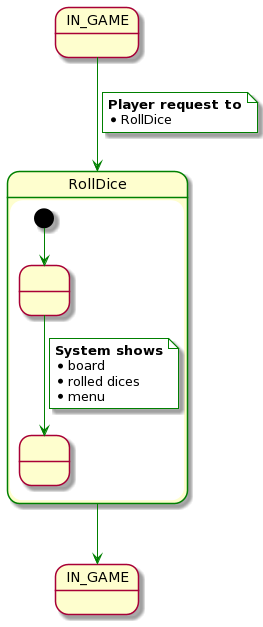
The PlantUML diagram rup/usecase/roll_dice.png in USantaTecla-game-backgammon/backgammon, before a commit. Its diagram source:
```plantuml
@startuml
state IN_GAME
state IN_GAME2 as "IN_GAME"

state RollDice ##green {
    state " " as 1
    state " " as 2

    [*] -[#green]-> 1
    1 -[#green]-> 2
    note on link #white
        <b>System shows</b>
        * board
        * rolled dices
        * menu
    end note

}

IN_GAME -[#green]-> RollDice
note on link #white
    <b>Player request to</b>
    * RollDice
end note

RollDice -[#green]-> IN_GAME2
@enduml
```
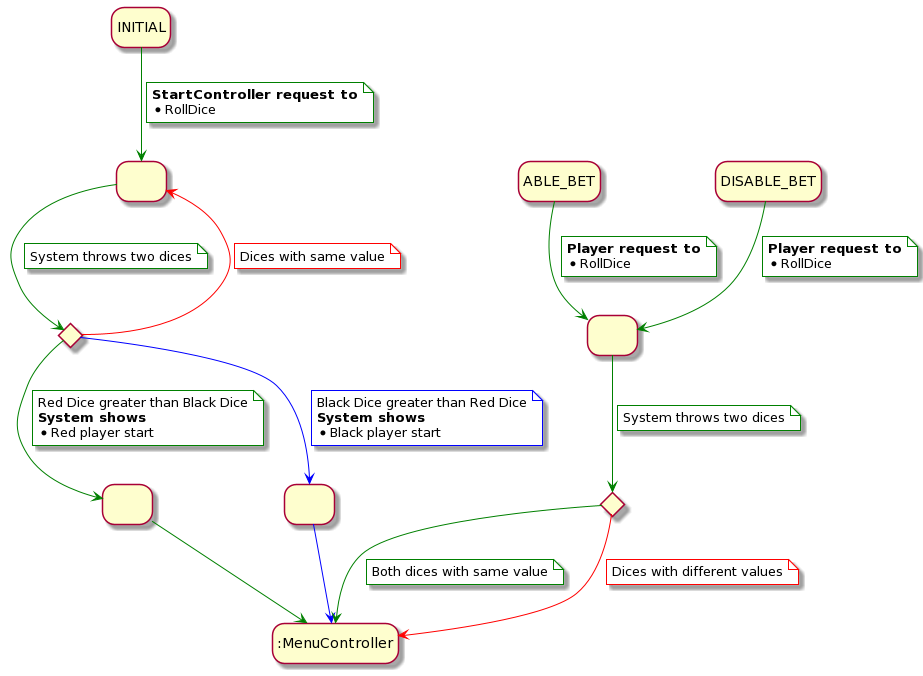
The same file after the commit.

Commit message:
Clase 22/11 Analysis Menu, Start & UseCases Start, RollDice

Change to the diagram source:
```diff
@@ -1,27 +1,72 @@
 @startuml
-state IN_GAME
-state IN_GAME2 as "IN_GAME"
+hide empty description
 
-state RollDice ##green {
-    state " " as 1
-    state " " as 2
+state INITIAL
 
-    [*] -[#green]-> 1
-    1 -[#green]-> 2
-    note on link #white
-        <b>System shows</b>
-        * board
-        * rolled dices
-        * menu
-    end note
+state 1 as " "
+state 2 as " " <<choice>>
+state 3 as " "
+state 4 as " "
+state 5 as " "
+state 6 as " " <<choice>>
 
-}
+INITIAL -[#green]-> 1
+note on link #white
+    <b>StartController request to</b>
+    * RollDice
+end note
 
-IN_GAME -[#green]-> RollDice
+1 -[#green]-> 2
+note on link #white
+    System throws two dices
+end note
+
+2 -[#red]-> 1
+note on link #white
+    Dices with same value
+end note
+
+2 -[#green]-> 3
+note on link #white
+    Red Dice greater than Black Dice
+    <b>System shows</b>
+    * Red player start
+end note
+
+2 -[#blue]-> 4
+note on link #white
+    Black Dice greater than Red Dice
+    <b>System shows</b>
+    * Black player start
+end note
+
+3 -[#green]-> :MenuController
+4 -[#blue]-> :MenuController
+
+ABLE_BET -[#green]-> 5
 note on link #white
     <b>Player request to</b>
     * RollDice
 end note
 
-RollDice -[#green]-> IN_GAME2
+DISABLE_BET -[#green]-> 5
+note on link #white
+    <b>Player request to</b>
+    * RollDice
+end note
+
+5 -[#green]-> 6
+note on link #white
+    System throws two dices
+end note
+
+6 -[#green]-> :MenuController
+note on link #white
+    Both dices with same value
+end note
+
+6 -[#red]-> :MenuController
+note on link #white
+    Dices with different values
+end note
 @enduml
```
